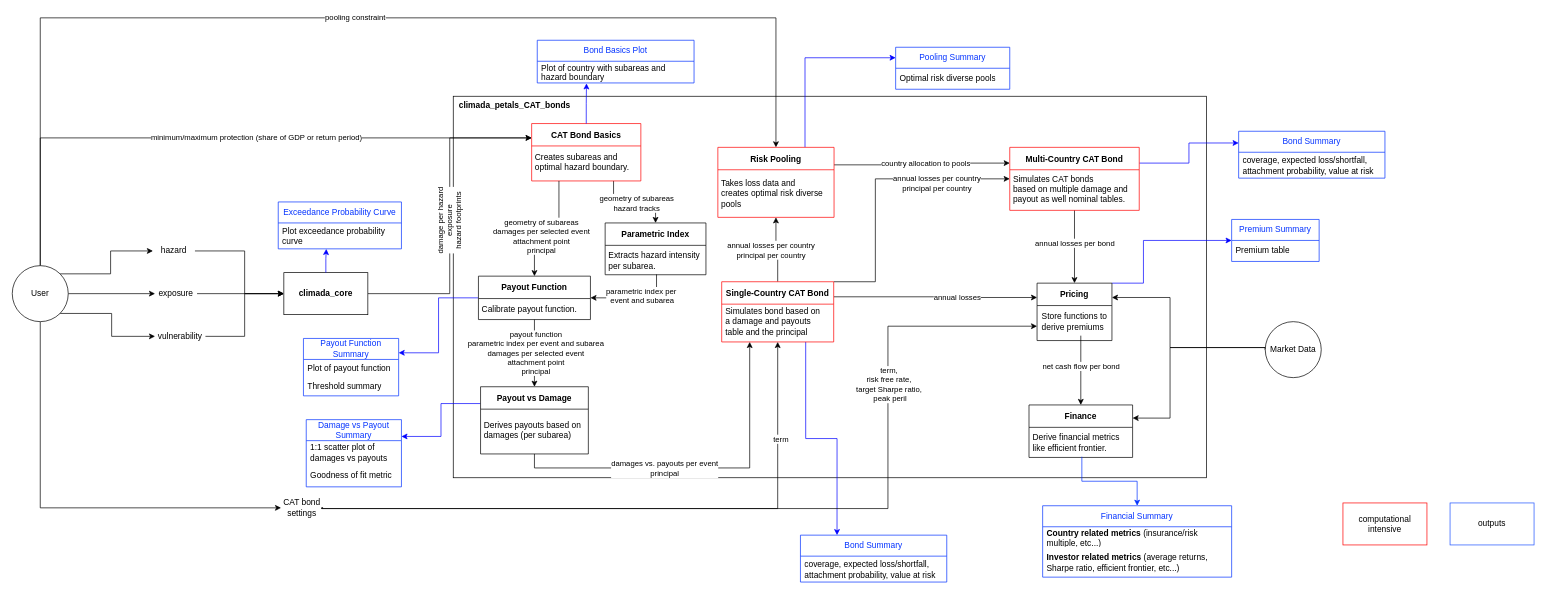
Before: data_flow_climada_petals.drawio in KaiOBerg/master_thesis_cat_bonds, a draw.io diagram. Source tidied: cells renumbered, new cells numbered last; positions are measured from the earlier drawing's top-left corner, leaving out a move shared by most shapes. Both pictures are drawn from the tidied source at 70%, with x=0, y=0 at pixel (12, 18).
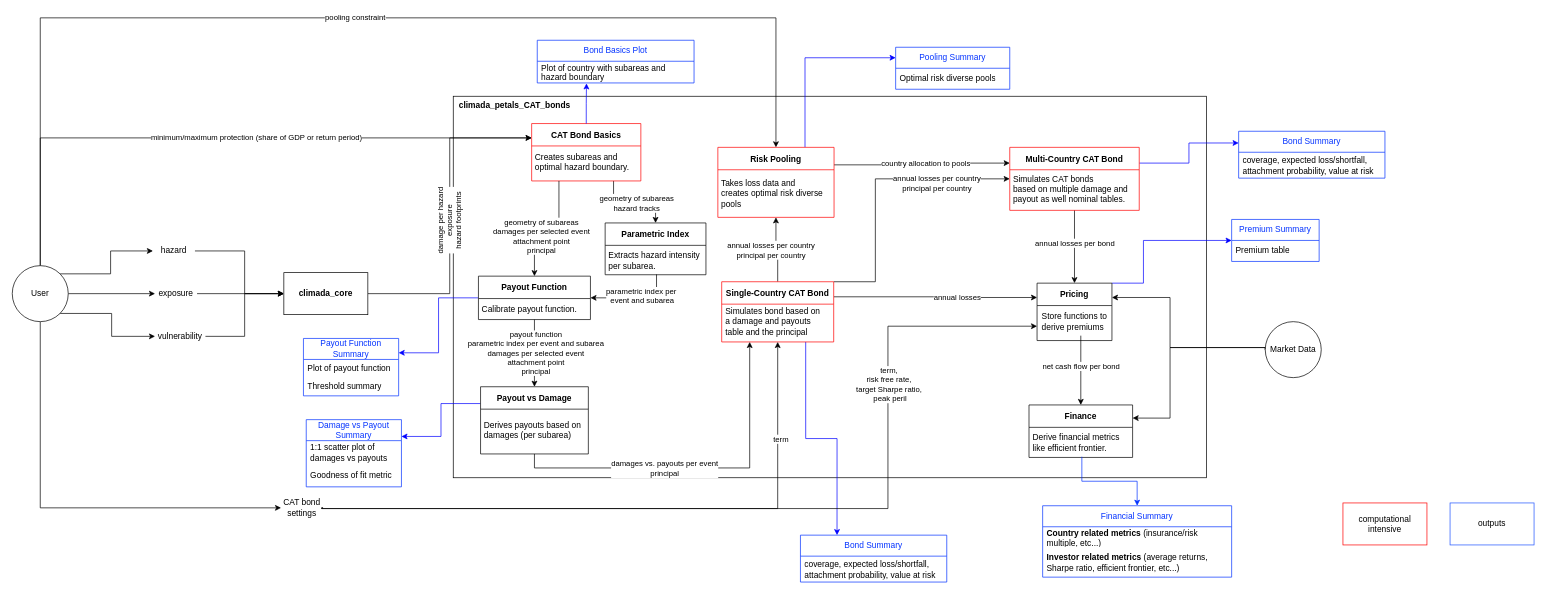
After the change.

The change refers to these unchanged cells:
```xml
<mxCell id="28" value="&lt;b&gt;climada_core&lt;/b&gt;" style="rounded=0;whiteSpace=wrap;html=1;" parent="1" vertex="1">
  <mxGeometry x="388" y="364" width="120" height="60" as="geometry" />
</mxCell>
```

What changed in the source:
```diff
@@
-    <mxCell id="92" value="Exceedance Probability Curve" style="swimlane;fontStyle=0;horizontal=1;startSize=30;whiteSpace=wrap;html=1;fontColor=light-dark(#0433ff, #ededed);strokeColor=light-dark(#0433ff, #ededed);" parent="1" vertex="1">
-      <mxGeometry x="380" y="263" width="176" height="67" as="geometry" />
-    </mxCell>
-    <mxCell id="93" value="Plot exceedance probability curve" style="text;strokeColor=none;fillColor=none;align=left;verticalAlign=middle;spacingLeft=4;spacingRight=4;overflow=hidden;points=[[0,0.5],[1,0.5]];portConstraint=eastwest;whiteSpace=wrap;html=1;" parent="92" vertex="1">
-      <mxGeometry y="30" width="176" height="37" as="geometry" />
-    </mxCell>
-    <mxCell id="94" style="edgeStyle=orthogonalEdgeStyle;rounded=0;jettySize=auto;html=1;entryX=0.39;entryY=1.003;entryDx=0;entryDy=0;entryPerimeter=0;strokeColor=#0000FF;" parent="1" edge="1" source="28" target="93">
-      <mxGeometry relative="1" as="geometry" />
-    </mxCell>
```
